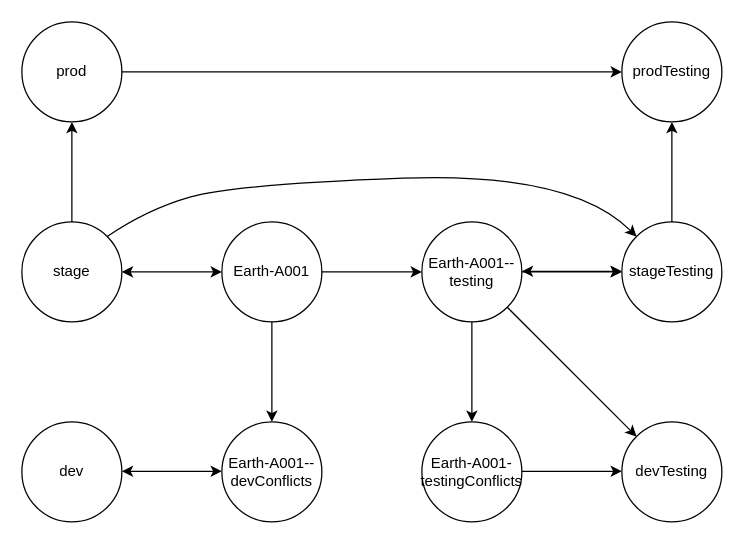
Above: branch.drawio in jprasuk112/Diagrams (draw.io), before the change. Source tidied: cells renumbered, new cells numbered last; positions are measured from the earlier drawing's top-left corner, leaving out a move shared by most shapes. Both pictures are drawn from the tidied source at 125%, with x=0, y=0 at pixel (21, 21).
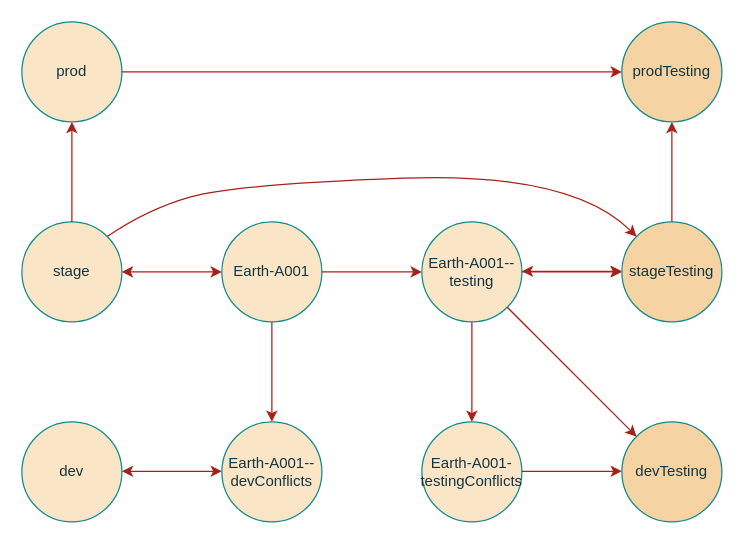
Above is the later version.

The edit, as a diff of the source:
```diff
@@
-    <mxCell id="2" value="prod" style="ellipse;whiteSpace=wrap;html=1;" parent="1" vertex="1">
+    <mxCell id="2" value="prod" style="ellipse;whiteSpace=wrap;html=1;fillColor=#FAE5C7;strokeColor=#0F8B8D;labelBackgroundColor=none;fontColor=#143642;" parent="1" vertex="1">
       <mxGeometry width="80" height="80" as="geometry" />
     </mxCell>
-    <mxCell id="3" value="stage" style="ellipse;whiteSpace=wrap;html=1;" parent="1" vertex="1">
+    <mxCell id="3" value="stage" style="ellipse;whiteSpace=wrap;html=1;fillColor=#FAE5C7;strokeColor=#0F8B8D;labelBackgroundColor=none;fontColor=#143642;" parent="1" vertex="1">
       <mxGeometry y="160" width="80" height="80" as="geometry" />
     </mxCell>
-    <mxCell id="4" value="dev" style="ellipse;whiteSpace=wrap;html=1;" parent="1" vertex="1">
+    <mxCell id="4" value="dev" style="ellipse;whiteSpace=wrap;html=1;fillColor=#FAE5C7;strokeColor=#0F8B8D;labelBackgroundColor=none;fontColor=#143642;" parent="1" vertex="1">
       <mxGeometry y="320" width="80" height="80" as="geometry" />
     </mxCell>
-    <mxCell id="5" style="edgeStyle=orthogonalEdgeStyle;rounded=0;jettySize=auto;html=1;" parent="1" edge="1" source="7" target="8">
+    <mxCell id="5" style="edgeStyle=orthogonalEdgeStyle;rounded=0;jettySize=auto;html=1;labelBackgroundColor=none;strokeColor=#A8201A;fontColor=default;" parent="1" edge="1" source="7" target="8">
       <mxGeometry relative="1" as="geometry" />
     </mxCell>
-    <mxCell id="6" style="edgeStyle=orthogonalEdgeStyle;rounded=0;jettySize=auto;html=1;" parent="1" edge="1" source="7" target="11">
+    <mxCell id="6" style="edgeStyle=orthogonalEdgeStyle;rounded=0;jettySize=auto;html=1;labelBackgroundColor=none;strokeColor=#A8201A;fontColor=default;" parent="1" edge="1" source="7" target="11">
       <mxGeometry relative="1" as="geometry" />
     </mxCell>
-    <mxCell id="7" value="Earth-A001" style="ellipse;whiteSpace=wrap;html=1;" parent="1" vertex="1">
+    <mxCell id="7" value="Earth-A001" style="ellipse;whiteSpace=wrap;html=1;labelBackgroundColor=none;fillColor=#FAE5C7;strokeColor=#0F8B8D;fontColor=#143642;" parent="1" vertex="1">
       <mxGeometry x="160" y="160" width="80" height="80" as="geometry" />
     </mxCell>
-    <mxCell id="8" value="Earth-A001--dev&lt;span style=&quot;background-color: initial;&quot;&gt;Conflicts&lt;/span&gt;" style="ellipse;whiteSpace=wrap;html=1;" parent="1" vertex="1">
+    <mxCell id="8" value="Earth-A001--dev&lt;span style=&quot;background-color: initial;&quot;&gt;Conflicts&lt;/span&gt;" style="ellipse;whiteSpace=wrap;html=1;labelBackgroundColor=none;fillColor=#FAE5C7;strokeColor=#0F8B8D;fontColor=#143642;" parent="1" vertex="1">
       <mxGeometry x="160" y="320" width="80" height="80" as="geometry" />
     </mxCell>
-    <mxCell id="9" style="edgeStyle=orthogonalEdgeStyle;rounded=0;jettySize=auto;html=1;" parent="1" edge="1" source="11" target="13">
+    <mxCell id="9" style="edgeStyle=orthogonalEdgeStyle;rounded=0;jettySize=auto;html=1;labelBackgroundColor=none;strokeColor=#A8201A;fontColor=default;" parent="1" edge="1" source="11" target="13">
       <mxGeometry relative="1" as="geometry" />
     </mxCell>
-    <mxCell id="10" style="edgeStyle=orthogonalEdgeStyle;rounded=0;jettySize=auto;html=1;" parent="1" edge="1" source="11" target="20">
+    <mxCell id="10" style="edgeStyle=orthogonalEdgeStyle;rounded=0;jettySize=auto;html=1;labelBackgroundColor=none;strokeColor=#A8201A;fontColor=default;" parent="1" edge="1" source="11" target="20">
       <mxGeometry relative="1" as="geometry" />
     </mxCell>
-    <mxCell id="11" value="Earth-A001--testing" style="ellipse;whiteSpace=wrap;html=1;" parent="1" vertex="1">
+    <mxCell id="11" value="Earth-A001--testing" style="ellipse;whiteSpace=wrap;html=1;labelBackgroundColor=none;fillColor=#FAE5C7;strokeColor=#0F8B8D;fontColor=#143642;" parent="1" vertex="1">
       <mxGeometry x="320" y="160" width="80" height="80" as="geometry" />
     </mxCell>
-    <mxCell id="12" style="edgeStyle=orthogonalEdgeStyle;rounded=0;jettySize=auto;html=1;" parent="1" edge="1" source="13" target="23">
+    <mxCell id="12" style="edgeStyle=orthogonalEdgeStyle;rounded=0;jettySize=auto;html=1;labelBackgroundColor=none;strokeColor=#A8201A;fontColor=default;" parent="1" edge="1" source="13" target="23">
       <mxGeometry relative="1" as="geometry" />
     </mxCell>
-    <mxCell id="13" value="stageTesting" style="ellipse;whiteSpace=wrap;html=1;" parent="1" vertex="1">
+    <mxCell id="13" value="stageTesting" style="ellipse;whiteSpace=wrap;html=1;labelBackgroundColor=none;fillColor=#F5D3A3;strokeColor=#0F8B8D;fontColor=#143642;" parent="1" vertex="1">
       <mxGeometry x="480" y="160" width="80" height="80" as="geometry" />
     </mxCell>
-    <mxCell id="14" style="endArrow=classic;startArrow=classic;html=1;rounded=0;entryX=0;entryY=0.5;entryDx=0;entryDy=0;" parent="1" edge="1" target="7">
+    <mxCell id="14" style="endArrow=classic;startArrow=classic;html=1;rounded=0;entryX=0;entryY=0.5;entryDx=0;entryDy=0;labelBackgroundColor=none;strokeColor=#A8201A;fontColor=default;" parent="1" edge="1" target="7">
       <mxGeometry relative="1" as="geometry">
         <mxPoint x="80" y="200" as="sourcePoint" />
       </mxGeometry>
     </mxCell>
-    <mxCell id="15" style="endArrow=classic;startArrow=classic;html=1;rounded=0;entryX=0;entryY=0.5;entryDx=0;entryDy=0;" parent="1" edge="1">
+    <mxCell id="15" style="endArrow=classic;startArrow=classic;html=1;rounded=0;entryX=0;entryY=0.5;entryDx=0;entryDy=0;labelBackgroundColor=none;strokeColor=#A8201A;fontColor=default;" parent="1" edge="1">
       <mxGeometry relative="1" as="geometry">
         <mxPoint x="400" y="199.5" as="sourcePoint" />
         <mxPoint x="480" y="199.5" as="targetPoint" />
       </mxGeometry>
     </mxCell>
-    <mxCell id="16" style="endArrow=classic;startArrow=classic;html=1;rounded=0;entryX=0;entryY=0.5;entryDx=0;entryDy=0;" parent="1" edge="1">
+    <mxCell id="16" style="endArrow=classic;startArrow=classic;html=1;rounded=0;entryX=0;entryY=0.5;entryDx=0;entryDy=0;labelBackgroundColor=none;strokeColor=#A8201A;fontColor=default;" parent="1" edge="1">
       <mxGeometry relative="1" as="geometry">
         <mxPoint x="80" y="359.5" as="sourcePoint" />
         <mxPoint x="160" y="359.5" as="targetPoint" />
       </mxGeometry>
     </mxCell>
-    <mxCell id="17" value="dev&lt;span style=&quot;background-color: initial;&quot;&gt;Testing&lt;/span&gt;" style="ellipse;whiteSpace=wrap;html=1;" parent="1" vertex="1">
+    <mxCell id="17" value="dev&lt;span style=&quot;background-color: initial;&quot;&gt;Testing&lt;/span&gt;" style="ellipse;whiteSpace=wrap;html=1;labelBackgroundColor=none;fillColor=#F5D3A3;strokeColor=#0F8B8D;fontColor=#143642;" parent="1" vertex="1">
       <mxGeometry x="480" y="320" width="80" height="80" as="geometry" />
     </mxCell>
-    <mxCell id="18" style="endArrow=classic;html=1;rounded=0;entryX=0;entryY=0;entryDx=0;entryDy=0;" parent="1" edge="1" source="11" target="17">
+    <mxCell id="18" style="endArrow=classic;html=1;rounded=0;entryX=0;entryY=0;entryDx=0;entryDy=0;labelBackgroundColor=none;strokeColor=#A8201A;fontColor=default;" parent="1" edge="1" source="11" target="17">
       <mxGeometry relative="1" as="geometry" />
     </mxCell>
-    <mxCell id="19" style="curved=1;endArrow=classic;html=1;rounded=0;exitX=1;exitY=0;exitDx=0;exitDy=0;" parent="1" edge="1" source="3" target="13">
+    <mxCell id="19" style="curved=1;endArrow=classic;html=1;rounded=0;exitX=1;exitY=0;exitDx=0;exitDy=0;labelBackgroundColor=none;strokeColor=#A8201A;fontColor=default;" parent="1" edge="1" source="3" target="13">
       <mxGeometry relative="1" as="geometry">
         <Array as="points">
           <mxPoint x="100" y="150" />
           <mxPoint x="170" y="130" />
           <mxPoint x="440" y="120" />
         </Array>
       </mxGeometry>
     </mxCell>
-    <mxCell id="20" value="Earth-A001-testingConflicts" style="ellipse;whiteSpace=wrap;html=1;" parent="1" vertex="1">
+    <mxCell id="20" value="Earth-A001-testingConflicts" style="ellipse;whiteSpace=wrap;html=1;labelBackgroundColor=none;fillColor=#FAE5C7;strokeColor=#0F8B8D;fontColor=#143642;" parent="1" vertex="1">
       <mxGeometry x="320" y="320" width="80" height="80" as="geometry" />
     </mxCell>
-    <mxCell id="21" style="edgeStyle=orthogonalEdgeStyle;rounded=0;orthogonalLoop=1;jettySize=auto;html=1;" parent="1" edge="1">
+    <mxCell id="21" style="edgeStyle=orthogonalEdgeStyle;rounded=0;orthogonalLoop=1;jettySize=auto;html=1;labelBackgroundColor=none;strokeColor=#A8201A;fontColor=default;" parent="1" edge="1">
       <mxGeometry relative="1" as="geometry">
         <mxPoint x="400" y="359.5" as="sourcePoint" />
         <mxPoint x="480" y="359.5" as="targetPoint" />
       </mxGeometry>
     </mxCell>
-    <mxCell id="22" style="endArrow=classic;html=1;rounded=0;exitX=0.5;exitY=0;exitDx=0;exitDy=0;entryX=0.5;entryY=1;entryDx=0;entryDy=0;" parent="1" edge="1" source="3" target="2">
+    <mxCell id="22" style="endArrow=classic;html=1;rounded=0;exitX=0.5;exitY=0;exitDx=0;exitDy=0;entryX=0.5;entryY=1;entryDx=0;entryDy=0;labelBackgroundColor=none;strokeColor=#A8201A;fontColor=default;" parent="1" edge="1" source="3" target="2">
       <mxGeometry relative="1" as="geometry" />
     </mxCell>
-    <mxCell id="23" value="prod&lt;span style=&quot;background-color: initial;&quot;&gt;Testing&lt;/span&gt;" style="ellipse;whiteSpace=wrap;html=1;" parent="1" vertex="1">
+    <mxCell id="23" value="prod&lt;span style=&quot;background-color: initial;&quot;&gt;Testing&lt;/span&gt;" style="ellipse;whiteSpace=wrap;html=1;labelBackgroundColor=none;fillColor=#f5d3a3;strokeColor=#0F8B8D;fontColor=#143642;fillStyle=auto;" parent="1" vertex="1">
       <mxGeometry x="480" width="80" height="80" as="geometry" />
     </mxCell>
-    <mxCell id="24" style="endArrow=classic;html=1;rounded=0;exitX=1;exitY=0.5;exitDx=0;exitDy=0;entryX=0;entryY=0.5;entryDx=0;entryDy=0;" parent="1" edge="1" source="2" target="23">
+    <mxCell id="24" style="endArrow=classic;html=1;rounded=0;exitX=1;exitY=0.5;exitDx=0;exitDy=0;entryX=0;entryY=0.5;entryDx=0;entryDy=0;labelBackgroundColor=none;strokeColor=#A8201A;fontColor=default;" parent="1" edge="1" source="2" target="23">
       <mxGeometry relative="1" as="geometry" />
     </mxCell>
```
